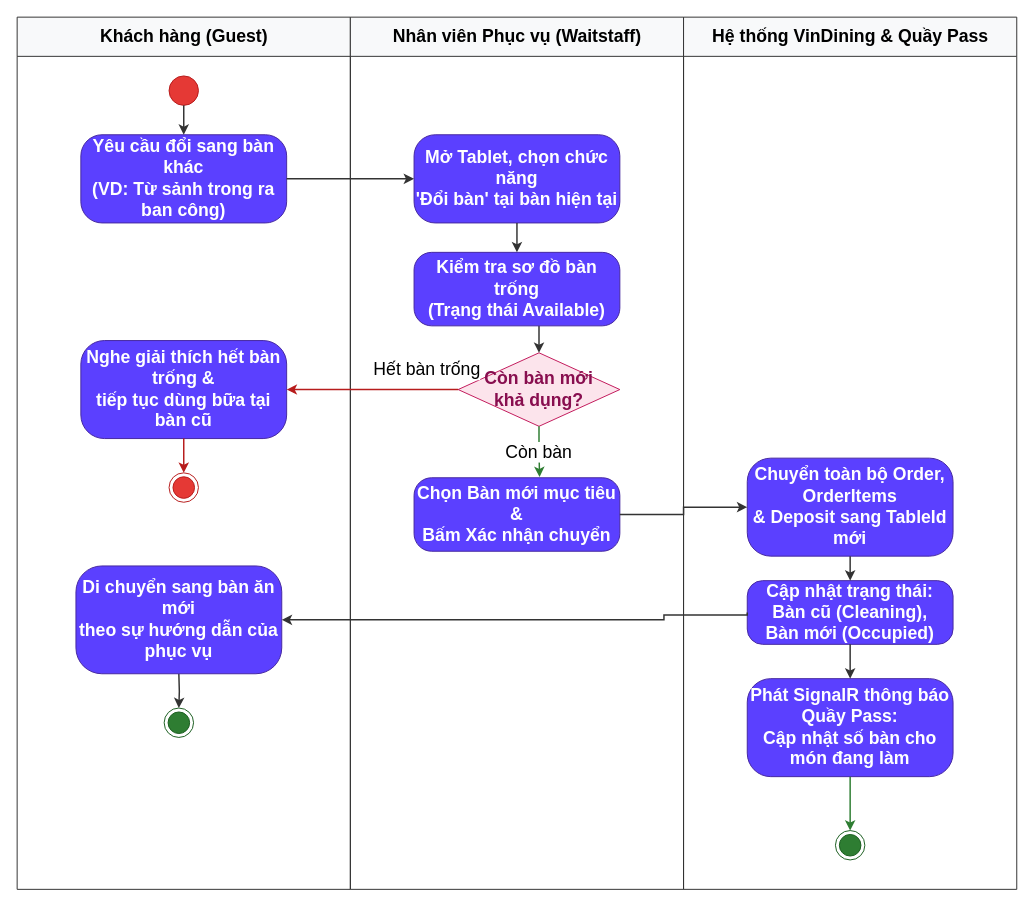
Earlier version of the draw.io diagram docs/phase1/drawio/ad07_change_table.drawio (AndrewQng/VinDining). Source tidied: cells renumbered, new cells numbered last; positions are measured from the earlier drawing's top-left corner, leaving out a move shared by most shapes. Both pictures are drawn from the tidied source at 98%, with x=0, y=0 at pixel (17, 17).
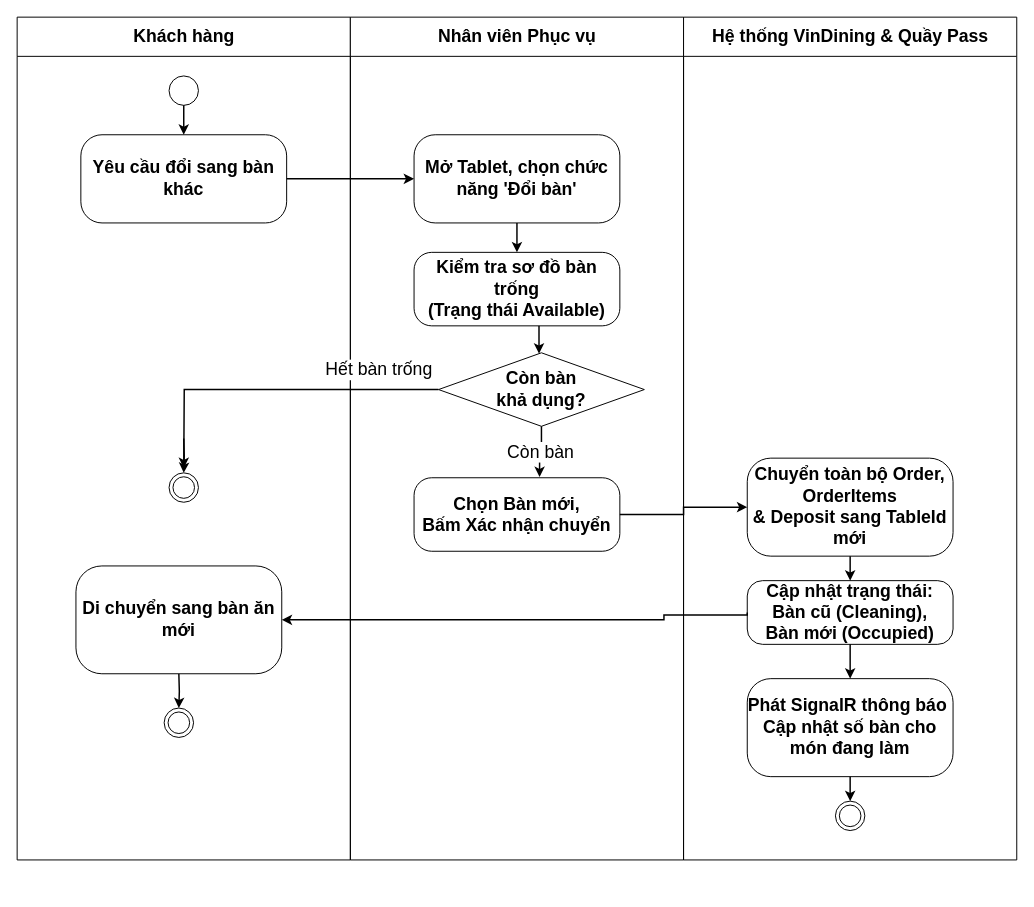
Above is the later version.

Diff of the diagram source:
```diff
@@
-    <mxCell id="2" value="Khách hàng (Guest)" style="swimlane;html=1;startSize=40;horizontal=1;fontStyle=1;fontSize=18;align=center;verticalAlign=middle;fillColor=#f8f9fa;strokeColor=#333333;swimlaneLine=1;" parent="1" vertex="1">
-      <mxGeometry width="340" height="890" as="geometry" />
+    <mxCell id="2" value="Khách hàng" style="swimlane;html=1;startSize=40;horizontal=1;fontStyle=1;fontSize=18;align=center;verticalAlign=middle;swimlaneLine=1;" parent="1" vertex="1">
+      <mxGeometry width="340" height="860" as="geometry" />
     </mxCell>
-    <mxCell id="3" style="ellipse;whiteSpace=wrap;html=1;fillColor=#e53935;strokeColor=#b71c1c;fontSize=18;" parent="2" vertex="1">
+    <mxCell id="3" style="ellipse;whiteSpace=wrap;html=1;fontSize=18;" parent="2" vertex="1">
       <mxGeometry x="155" y="60" width="30" height="30" as="geometry" />
     </mxCell>
-    <mxCell id="4" value="Yêu cầu đổi sang bàn khác&#10;(VD: Từ sảnh trong ra ban công)" style="rounded=1;arcSize=24;whiteSpace=wrap;html=1;fillColor=#5b40ff;strokeColor=#4527a0;fontColor=#ffffff;fontStyle=1;fontSize=18;align=center;verticalAlign=middle;" parent="2" vertex="1">
+    <mxCell id="4" value="Yêu cầu đổi sang bàn khác" style="rounded=1;arcSize=24;whiteSpace=wrap;html=1;fontStyle=1;fontSize=18;align=center;verticalAlign=middle;" parent="2" vertex="1">
       <mxGeometry x="65" y="120" width="210" height="90" as="geometry" />
     </mxCell>
-    <mxCell id="5" value="Nghe giải thích hết bàn trống &amp;amp;&#10;tiếp tục dùng bữa tại bàn cũ" style="rounded=1;arcSize=24;whiteSpace=wrap;html=1;fillColor=#5b40ff;strokeColor=#4527a0;fontColor=#ffffff;fontStyle=1;fontSize=18;align=center;verticalAlign=middle;" parent="2" vertex="1">
-      <mxGeometry x="65" y="330" width="210" height="100" as="geometry" />
-    </mxCell>
-    <mxCell id="6" style="ellipse;html=1;shape=endState;fillColor=#e53935;strokeColor=#b71c1c;fontSize=18;" parent="2" vertex="1">
+    <mxCell id="6" style="ellipse;html=1;shape=endState;fontSize=18;" parent="2" vertex="1">
       <mxGeometry x="155" y="465" width="30" height="30" as="geometry" />
     </mxCell>
-    <mxCell id="7" style="edgeStyle=orthogonalEdgeStyle;rounded=0;strokeColor=#b71c1c;strokeWidth=1.5;html=1;fontSize=18;" parent="2" edge="1" source="5" target="6">
-      <mxGeometry relative="1" as="geometry" />
+    <mxCell id="7" style="edgeStyle=orthogonalEdgeStyle;rounded=0;strokeWidth=1.5;html=1;fontSize=18;" parent="2" edge="1" target="6">
+      <mxGeometry relative="1" as="geometry">
+        <mxPoint x="170" y="430" as="sourcePoint" />
+      </mxGeometry>
     </mxCell>
-    <mxCell id="8" style="ellipse;html=1;shape=endState;fillColor=#2e7d32;strokeColor=#1b5e20;fontSize=18;" parent="2" vertex="1">
+    <mxCell id="8" style="ellipse;html=1;shape=endState;fontSize=18;" parent="2" vertex="1">
       <mxGeometry x="150" y="705" width="30" height="30" as="geometry" />
     </mxCell>
-    <mxCell id="9" style="edgeStyle=orthogonalEdgeStyle;rounded=0;strokeColor=#333333;strokeWidth=1.5;html=1;fontSize=18;" parent="2" edge="1" target="8">
+    <mxCell id="9" style="edgeStyle=orthogonalEdgeStyle;rounded=0;strokeWidth=1.5;html=1;fontSize=18;" parent="2" edge="1" target="8">
       <mxGeometry relative="1" as="geometry">
         <mxPoint x="165" y="670" as="sourcePoint" />
       </mxGeometry>
     </mxCell>
-    <mxCell id="10" value="Di chuyển sang bàn ăn mới&#10;theo sự hướng dẫn của phục vụ" style="rounded=1;arcSize=24;whiteSpace=wrap;html=1;fillColor=#5b40ff;strokeColor=#4527a0;fontColor=#ffffff;fontStyle=1;fontSize=18;align=center;verticalAlign=middle;" parent="2" vertex="1">
+    <mxCell id="10" value="Di chuyển sang bàn ăn mới" style="rounded=1;arcSize=24;whiteSpace=wrap;html=1;fontStyle=1;fontSize=18;align=center;verticalAlign=middle;" parent="2" vertex="1">
       <mxGeometry x="60" y="560" width="210" height="110" as="geometry" />
     </mxCell>
-    <mxCell id="11" value="Nhân viên Phục vụ (Waitstaff)" style="swimlane;html=1;startSize=40;horizontal=1;fontStyle=1;fontSize=18;align=center;verticalAlign=middle;fillColor=#f8f9fa;strokeColor=#333333;swimlaneLine=1;" parent="1" vertex="1">
-      <mxGeometry x="340" width="340" height="890" as="geometry" />
+    <mxCell id="11" value="Nhân viên Phục vụ" style="swimlane;html=1;startSize=40;horizontal=1;fontStyle=1;fontSize=18;align=center;verticalAlign=middle;swimlaneLine=1;" parent="1" vertex="1">
+      <mxGeometry x="340" width="340" height="860" as="geometry" />
     </mxCell>
-    <mxCell id="12" value="Mở Tablet, chọn chức năng&#10;'Đổi bàn' tại bàn hiện tại" style="rounded=1;arcSize=24;whiteSpace=wrap;html=1;fillColor=#5b40ff;strokeColor=#4527a0;fontColor=#ffffff;fontStyle=1;fontSize=18;align=center;verticalAlign=middle;" parent="11" vertex="1">
+    <mxCell id="12" value="Mở Tablet, chọn chức năng 'Đổi bàn'" style="rounded=1;arcSize=24;whiteSpace=wrap;html=1;fontStyle=1;fontSize=18;align=center;verticalAlign=middle;" parent="11" vertex="1">
       <mxGeometry x="65" y="120" width="210" height="90" as="geometry" />
     </mxCell>
-    <mxCell id="13" value="Còn bàn mới&#10;khả dụng?" style="rhombus;whiteSpace=wrap;html=1;fillColor=#fce4ec;strokeColor=#c2185b;fontColor=#880e4f;fontStyle=1;fontSize=18;align=center;verticalAlign=middle;" parent="11" vertex="1">
-      <mxGeometry x="110" y="342.5" width="165" height="75" as="geometry" />
+    <mxCell id="13" value="Còn bàn&lt;div&gt;khả dụng?&lt;/div&gt;" style="rhombus;whiteSpace=wrap;html=1;fontStyle=1;fontSize=18;align=center;verticalAlign=middle;" parent="11" vertex="1">
+      <mxGeometry x="90" y="342.5" width="210" height="75" as="geometry" />
     </mxCell>
-    <mxCell id="14" value="Chọn Bàn mới mục tiêu &amp;amp;&#10;Bấm Xác nhận chuyển" style="rounded=1;arcSize=24;whiteSpace=wrap;html=1;fillColor=#5b40ff;strokeColor=#4527a0;fontColor=#ffffff;fontStyle=1;fontSize=18;align=center;verticalAlign=middle;" parent="11" vertex="1">
+    <mxCell id="14" value="Chọn Bàn mới,&lt;br&gt;Bấm Xác nhận chuyển" style="rounded=1;arcSize=24;whiteSpace=wrap;html=1;fontStyle=1;fontSize=18;align=center;verticalAlign=middle;" parent="11" vertex="1">
       <mxGeometry x="65" y="470" width="210" height="75" as="geometry" />
     </mxCell>
-    <mxCell id="15" style="edgeStyle=orthogonalEdgeStyle;rounded=0;strokeColor=#333333;strokeWidth=1.5;html=1;fontSize=18;" parent="11" edge="1" source="17" target="13">
+    <mxCell id="15" style="edgeStyle=orthogonalEdgeStyle;rounded=0;strokeWidth=1.5;html=1;fontSize=18;" parent="11" edge="1" source="17" target="13">
       <mxGeometry relative="1" as="geometry">
         <Array as="points">
           <mxPoint x="192.5" y="320" />
           <mxPoint x="192.5" y="320" />
         </Array>
       </mxGeometry>
     </mxCell>
-    <mxCell id="16" value="Còn bàn" style="edgeStyle=orthogonalEdgeStyle;rounded=0;strokeColor=#2e7d32;strokeWidth=1.5;html=1;fontSize=18;labelBackgroundColor=#ffffff;exitX=0.5;exitY=1;entryX=0.61;entryY=-0.01;entryDx=0;entryDy=0;entryPerimeter=0;" parent="11" edge="1" source="13" target="14">
+    <mxCell id="16" value="Còn bàn" style="edgeStyle=orthogonalEdgeStyle;rounded=0;strokeWidth=1.5;html=1;fontSize=18;labelBackgroundColor=#ffffff;exitX=0.5;exitY=1;entryX=0.61;entryY=-0.01;entryDx=0;entryDy=0;entryPerimeter=0;" parent="11" edge="1" source="13" target="14">
       <mxGeometry relative="1" as="geometry" />
     </mxCell>
-    <mxCell id="17" value="Kiểm tra sơ đồ bàn trống&#10;(Trạng thái Available)" style="rounded=1;arcSize=24;whiteSpace=wrap;html=1;fillColor=#5b40ff;strokeColor=#4527a0;fontColor=#ffffff;fontStyle=1;fontSize=18;align=center;verticalAlign=middle;" parent="11" vertex="1">
+    <mxCell id="17" value="Kiểm tra sơ đồ bàn trống&#10;(Trạng thái Available)" style="rounded=1;arcSize=24;whiteSpace=wrap;html=1;fontStyle=1;fontSize=18;align=center;verticalAlign=middle;" parent="11" vertex="1">
       <mxGeometry x="65" y="240" width="210" height="75" as="geometry" />
     </mxCell>
-    <mxCell id="18" value="Hệ thống VinDining &amp;amp; Quầy Pass" style="swimlane;html=1;startSize=40;horizontal=1;fontStyle=1;fontSize=18;align=center;verticalAlign=middle;fillColor=#f8f9fa;strokeColor=#333333;swimlaneLine=1;" parent="1" vertex="1">
-      <mxGeometry x="680" width="340" height="890" as="geometry" />
+    <mxCell id="18" value="Hệ thống VinDining &amp;amp; Quầy Pass" style="swimlane;html=1;startSize=40;horizontal=1;fontStyle=1;fontSize=18;align=center;verticalAlign=middle;swimlaneLine=1;" parent="1" vertex="1">
+      <mxGeometry x="680" width="340" height="860" as="geometry" />
     </mxCell>
-    <mxCell id="19" value="Chuyển toàn bộ Order, OrderItems&#10;&amp;amp; Deposit sang TableId mới" style="rounded=1;arcSize=24;whiteSpace=wrap;html=1;fillColor=#5b40ff;strokeColor=#4527a0;fontColor=#ffffff;fontStyle=1;fontSize=18;align=center;verticalAlign=middle;" parent="18" vertex="1">
+    <mxCell id="19" value="Chuyển toàn bộ Order, OrderItems&#10;&amp;amp; Deposit sang TableId mới" style="rounded=1;arcSize=24;whiteSpace=wrap;html=1;fontStyle=1;fontSize=18;align=center;verticalAlign=middle;" parent="18" vertex="1">
       <mxGeometry x="65" y="450" width="210" height="100" as="geometry" />
     </mxCell>
-    <mxCell id="20" value="Cập nhật trạng thái: Bàn cũ (Cleaning),&#10;Bàn mới (Occupied)" style="rounded=1;arcSize=24;whiteSpace=wrap;html=1;fillColor=#5b40ff;strokeColor=#4527a0;fontColor=#ffffff;fontStyle=1;fontSize=18;align=center;verticalAlign=middle;" parent="18" vertex="1">
+    <mxCell id="20" value="Cập nhật trạng thái: Bàn cũ (Cleaning),&#10;Bàn mới (Occupied)" style="rounded=1;arcSize=24;whiteSpace=wrap;html=1;fontStyle=1;fontSize=18;align=center;verticalAlign=middle;" parent="18" vertex="1">
       <mxGeometry x="65" y="575" width="210" height="65" as="geometry" />
     </mxCell>
-    <mxCell id="21" value="Phát SignalR thông báo Quầy Pass:&#10;Cập nhật số bàn cho món đang làm" style="rounded=1;arcSize=24;whiteSpace=wrap;html=1;fillColor=#5b40ff;strokeColor=#4527a0;fontColor=#ffffff;fontStyle=1;fontSize=18;align=center;verticalAlign=middle;" parent="18" vertex="1">
+    <mxCell id="21" value="Phát SignalR thông báo&amp;nbsp;&lt;br&gt;Cập nhật số bàn cho món đang làm" style="rounded=1;arcSize=24;whiteSpace=wrap;html=1;fontStyle=1;fontSize=18;align=center;verticalAlign=middle;" parent="18" vertex="1">
       <mxGeometry x="65" y="675" width="210" height="100" as="geometry" />
     </mxCell>
-    <mxCell id="22" style="edgeStyle=orthogonalEdgeStyle;rounded=0;strokeColor=#333333;strokeWidth=1.5;html=1;fontSize=18;" parent="18" edge="1" source="19" target="20">
+    <mxCell id="22" style="edgeStyle=orthogonalEdgeStyle;rounded=0;strokeWidth=1.5;html=1;fontSize=18;" parent="18" edge="1" source="19" target="20">
       <mxGeometry relative="1" as="geometry" />
     </mxCell>
-    <mxCell id="23" style="edgeStyle=orthogonalEdgeStyle;rounded=0;strokeColor=#333333;strokeWidth=1.5;html=1;fontSize=18;" parent="18" edge="1" source="20" target="21">
+    <mxCell id="23" style="edgeStyle=orthogonalEdgeStyle;rounded=0;strokeWidth=1.5;html=1;fontSize=18;" parent="18" edge="1" source="20" target="21">
       <mxGeometry relative="1" as="geometry" />
     </mxCell>
+    <mxCell id="30" style="ellipse;html=1;shape=endState;fontSize=18;" parent="18" vertex="1">
+      <mxGeometry x="155" y="800" width="30" height="30" as="geometry" />
+    </mxCell>
+    <mxCell id="31" style="edgeStyle=orthogonalEdgeStyle;rounded=0;strokeWidth=1.5;html=1;fontSize=18;" parent="18" edge="1" source="21" target="30">
+      <mxGeometry relative="1" as="geometry" />
+    </mxCell>
-    <mxCell id="24" style="edgeStyle=orthogonalEdgeStyle;rounded=0;strokeColor=#333333;strokeWidth=1.5;html=1;fontSize=18;" parent="1" edge="1" source="3" target="4">
+    <mxCell id="24" style="edgeStyle=orthogonalEdgeStyle;rounded=0;strokeWidth=1.5;html=1;fontSize=18;" parent="1" edge="1" source="3" target="4">
       <mxGeometry relative="1" as="geometry" />
     </mxCell>
-    <mxCell id="25" style="edgeStyle=orthogonalEdgeStyle;rounded=0;strokeColor=#333333;strokeWidth=1.5;html=1;exitX=1;exitY=0.5;entryX=0;entryY=0.5;fontSize=18;" parent="1" edge="1" source="4" target="12">
+    <mxCell id="25" style="edgeStyle=orthogonalEdgeStyle;rounded=0;strokeWidth=1.5;html=1;exitX=1;exitY=0.5;entryX=0;entryY=0.5;fontSize=18;" parent="1" edge="1" source="4" target="12">
       <mxGeometry relative="1" as="geometry" />
     </mxCell>
-    <mxCell id="26" style="edgeStyle=orthogonalEdgeStyle;rounded=0;strokeColor=#333333;strokeWidth=1.5;html=1;fontSize=18;" parent="1" edge="1" source="12" target="17">
+    <mxCell id="26" style="edgeStyle=orthogonalEdgeStyle;rounded=0;strokeWidth=1.5;html=1;fontSize=18;" parent="1" edge="1" source="12" target="17">
       <mxGeometry relative="1" as="geometry" />
     </mxCell>
-    <mxCell id="27" value="Hết bàn trống" style="edgeStyle=orthogonalEdgeStyle;rounded=0;strokeColor=#b71c1c;strokeWidth=1.5;html=1;fontSize=18;labelBackgroundColor=#ffffff;exitX=0;exitY=0.5;entryX=1;entryY=0.5;" parent="1" edge="1" source="13" target="5">
-      <mxGeometry x="-0.64" y="-20" relative="1" as="geometry" />
+    <mxCell id="27" value="Hết bàn trống" style="edgeStyle=orthogonalEdgeStyle;rounded=0;strokeWidth=1.5;html=1;fontSize=18;labelBackgroundColor=#ffffff;exitX=0;exitY=0.5;" parent="1" edge="1" source="13">
+      <mxGeometry x="-0.64" y="-20" relative="1" as="geometry">
+        <mxPoint x="170" y="460" as="targetPoint" />
+      </mxGeometry>
     </mxCell>
-    <mxCell id="28" style="edgeStyle=orthogonalEdgeStyle;rounded=0;strokeColor=#333333;strokeWidth=1.5;html=1;exitX=1;exitY=0.5;entryX=0;entryY=0.5;fontSize=18;" parent="1" edge="1" source="14" target="19">
+    <mxCell id="28" style="edgeStyle=orthogonalEdgeStyle;rounded=0;strokeWidth=1.5;html=1;exitX=1;exitY=0.5;entryX=0;entryY=0.5;fontSize=18;" parent="1" edge="1" source="14" target="19">
       <mxGeometry relative="1" as="geometry" />
     </mxCell>
-    <mxCell id="29" style="edgeStyle=orthogonalEdgeStyle;rounded=0;strokeColor=#333333;strokeWidth=1.5;html=1;exitX=0;exitY=0.5;entryX=1;entryY=0.5;fontSize=18;" parent="1" edge="1" source="20" target="10">
+    <mxCell id="29" style="edgeStyle=orthogonalEdgeStyle;rounded=0;strokeWidth=1.5;html=1;exitX=0;exitY=0.5;entryX=1;entryY=0.5;fontSize=18;" parent="1" edge="1" source="20" target="10">
       <mxGeometry relative="1" as="geometry">
         <Array as="points">
           <mxPoint x="745" y="610" />
           <mxPoint x="660" y="610" />
           <mxPoint x="660" y="615" />
         </Array>
       </mxGeometry>
     </mxCell>
-    <mxCell id="30" style="ellipse;html=1;shape=endState;fillColor=#2e7d32;strokeColor=#1b5e20;fontSize=18;" parent="1" vertex="1">
-      <mxGeometry x="835" y="830" width="30" height="30" as="geometry" />
-    </mxCell>
-    <mxCell id="31" style="edgeStyle=orthogonalEdgeStyle;rounded=0;strokeColor=#2e7d32;strokeWidth=1.5;html=1;fontSize=18;" parent="1" edge="1" source="21" target="30">
-      <mxGeometry relative="1" as="geometry" />
-    </mxCell>
```
